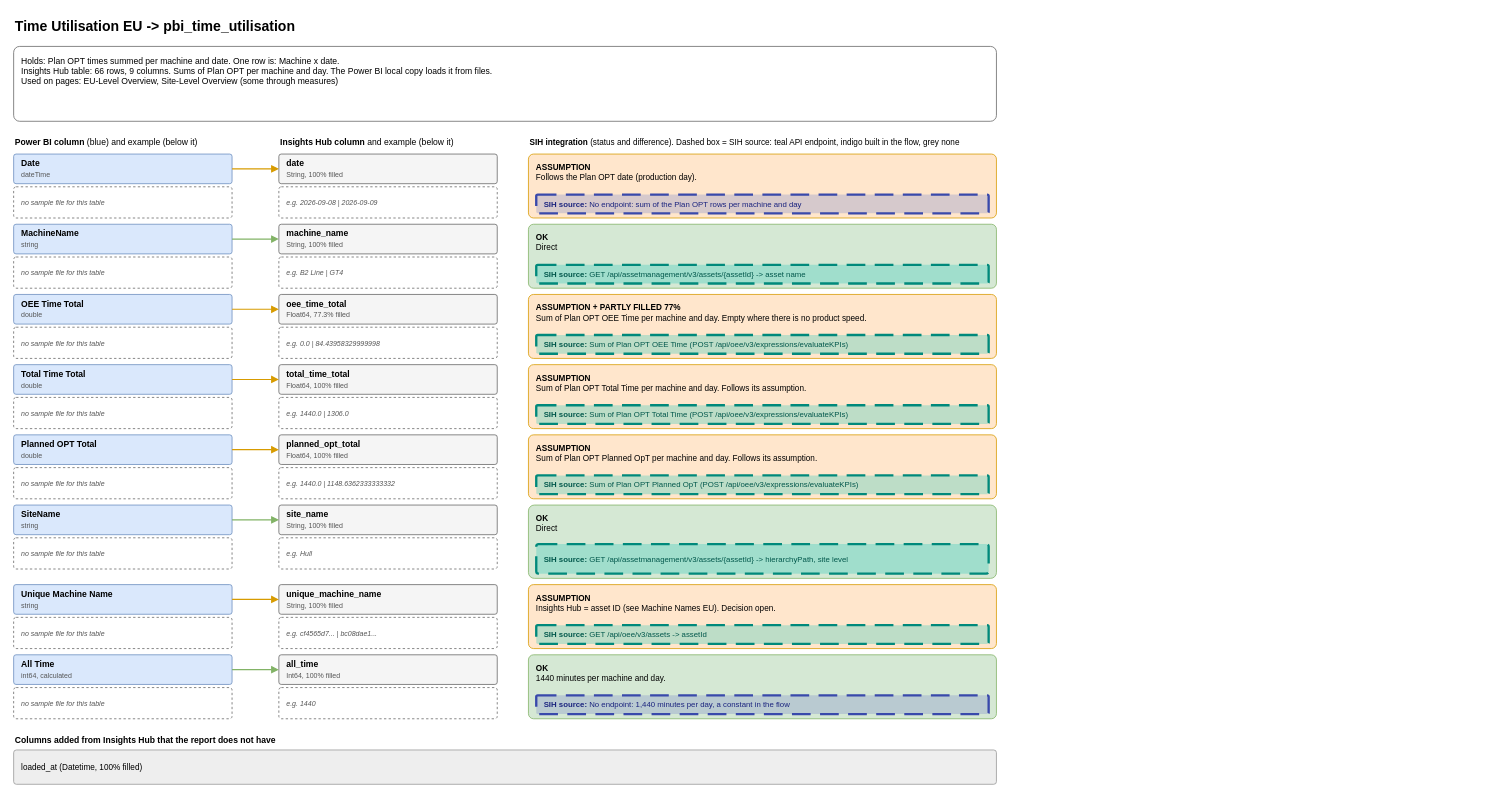
This is page "3 Time Utilisation EU" (4 of 19) of diagrams/powerbi-data-map.drawio from AbiyyuMufti/SIH-IBMX-R, a draw.io file, before an edit. Source tidied: cells renumbered, new cells numbered last; positions are measured from the earlier drawing's top-left corner, leaving out a move shared by most shapes. Both pictures are drawn from the tidied source at 78%, with x=0, y=0 at pixel (13, 13).
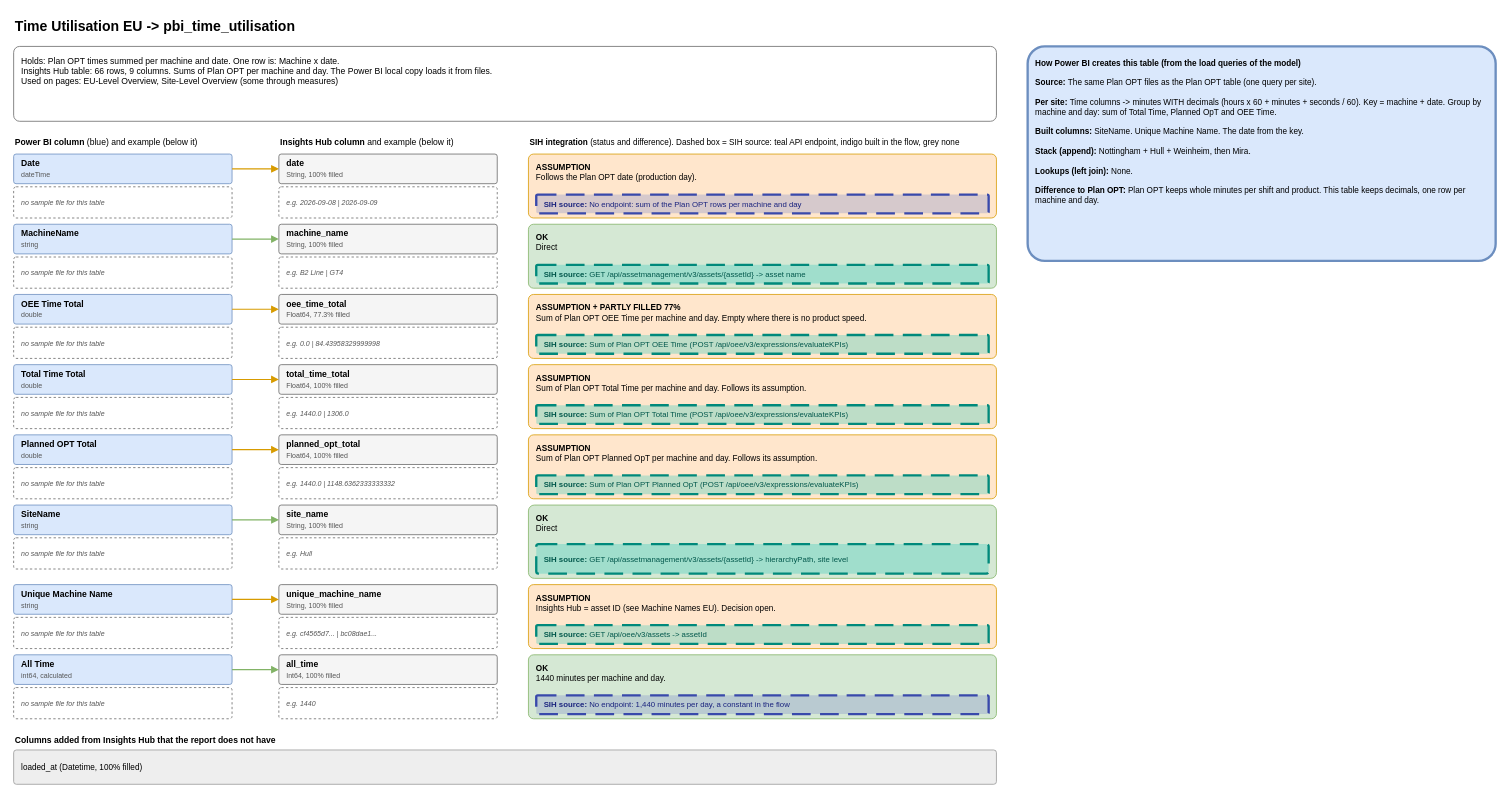
After the change.

Commit message (it also covers changes not shown here):
Diagram: how Power BI creates each of the 6 tables; merge helper for new cells

Change to the diagram source:
```diff
@@
+    <mxCell id="65" value="&lt;b&gt;How Power BI creates this table (from the load queries of the model)&lt;/b&gt;&lt;br&gt;&lt;br&gt;&lt;b&gt;Source: &lt;/b&gt;The same Plan OPT files as the Plan OPT table (one query per site).&lt;br&gt;&lt;br&gt;&lt;b&gt;Per site: &lt;/b&gt;Time columns -&amp;gt; minutes WITH decimals (hours x 60 + minutes + seconds / 60). Key = machine + date. Group by machine and day: sum of Total Time, Planned OpT and OEE Time.&lt;br&gt;&lt;br&gt;&lt;b&gt;Built columns: &lt;/b&gt;SiteName. Unique Machine Name. The date from the key.&lt;br&gt;&lt;br&gt;&lt;b&gt;Stack (append): &lt;/b&gt;Nottingham + Hull + Weinheim, then Mira.&lt;br&gt;&lt;br&gt;&lt;b&gt;Lookups (left join): &lt;/b&gt;None.&lt;br&gt;&lt;br&gt;&lt;b&gt;Difference to Plan OPT: &lt;/b&gt;Plan OPT keeps whole minutes per shift and product. This table keeps decimals, one row per machine and day." style="rounded=1;whiteSpace=wrap;html=1;align=left;verticalAlign=middle;spacingLeft=8;spacingRight=6;spacingTop=2;spacingBottom=2;fontSize=11;arcSize=8;fillColor=#dae8fc;strokeColor=#6c8ebf;verticalAlign=top;spacingTop=8;fontSize=10.5;strokeWidth=3;" parent="1" vertex="1">
+      <mxGeometry x="1300" y="42" width="600" height="275" as="geometry" />
+    </mxCell>
```
